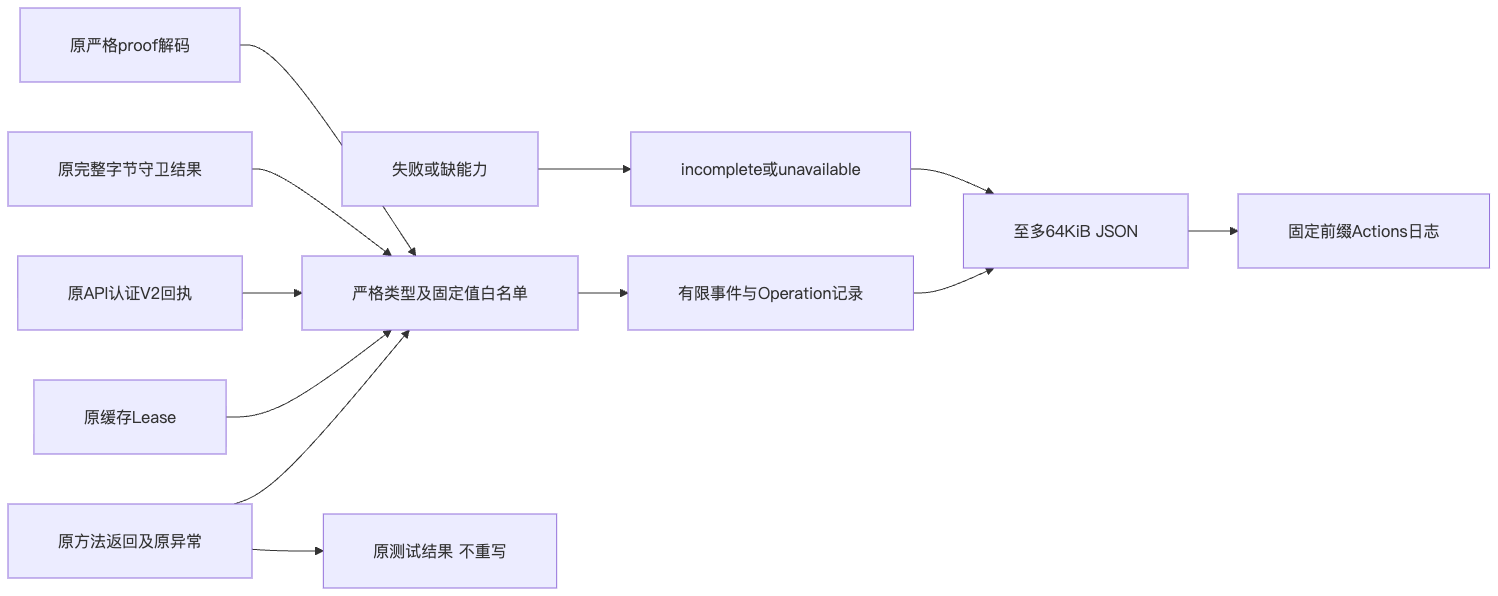
This is docs/validation/windows-minimum-commit-probe-2026-10-01-v1/diagrams/dataflow.png from carrie1988/Harnessix, a Mermaid export, as it was before one commit. Its source is kept beside it as docs/validation/windows-minimum-commit-probe-2026-10-01-v1/diagrams/dataflow.mmd. Source of this version:
```mermaid
flowchart LR
  Original[原方法返回及原异常] --> Select[严格类型及固定值白名单]
  Cached[原缓存Lease] --> Select
  Receipt[原API认证V2回执] --> Select
  Raw[原完整字节守卫结果] --> Select
  Proof[原严格proof解码] --> Select
  Select --> Memory[有限事件与Operation记录]
  Memory --> JSON[至多64KiB JSON]
  JSON --> Log[固定前缀Actions日志]
  Missing[失败或缺能力] --> Flag[incomplete或unavailable]
  Flag --> JSON
  Original --> Outcome[原测试结果 不重写]
```
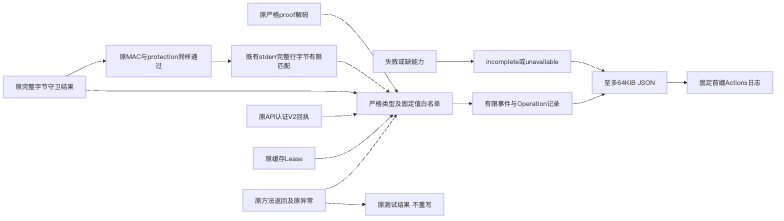
After the commit.

Change to the diagram source:
```diff
@@ -3,6 +3,9 @@
   Cached[原缓存Lease] --> Select
   Receipt[原API认证V2回执] --> Select
   Raw[原完整字节守卫结果] --> Select
+  Raw --> Guard[原MAC与protection同样通过]
+  Guard --> Signals[既有stderr完整行字节有限匹配]
+  Signals --> Select
   Proof[原严格proof解码] --> Select
   Select --> Memory[有限事件与Operation记录]
   Memory --> JSON[至多64KiB JSON]
```
